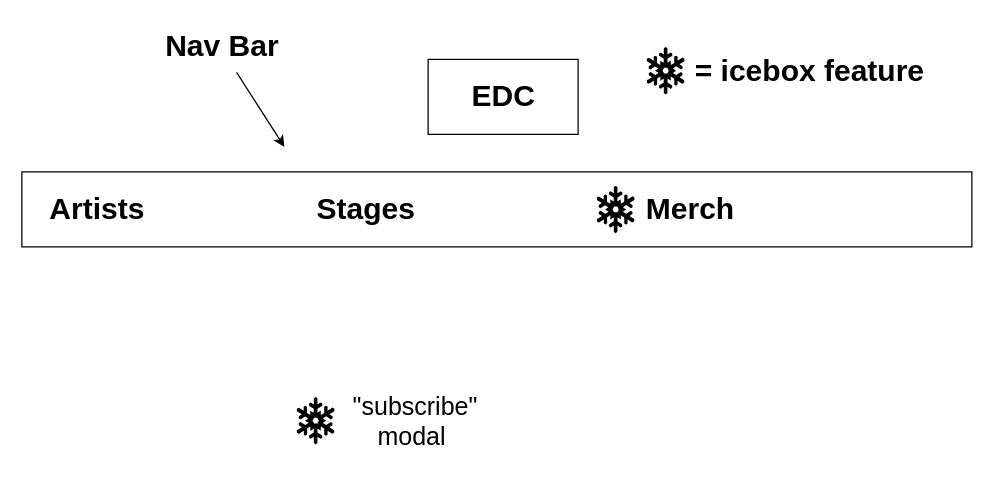
This is Project-Info/wireframes/landing.drawio from alexxgz/festivalApp, a draw.io file, before an edit. Source tidied: cells renumbered, new cells numbered last; positions are measured from the earlier drawing's top-left corner, leaving out a move shared by most shapes. Both pictures are drawn from the tidied source at 125%, with x=0, y=0 at pixel (21, 21).
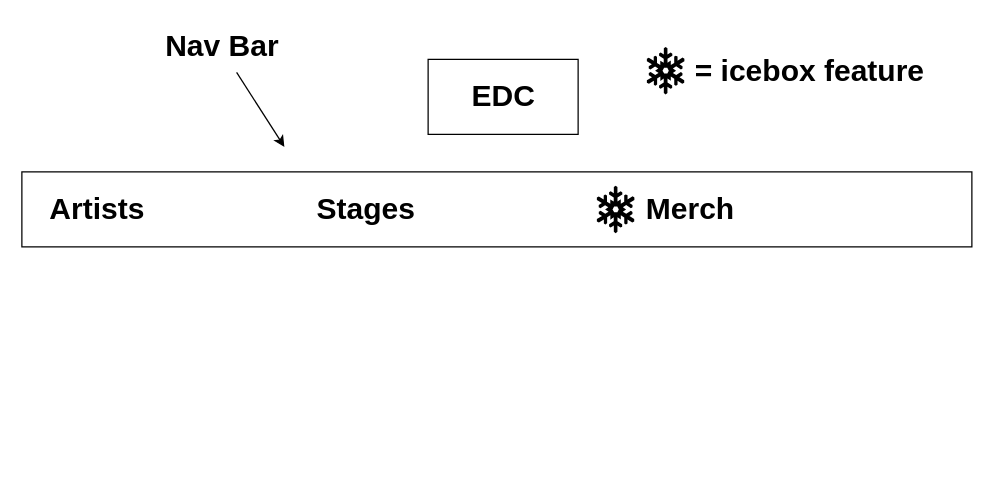
The same page after the edit.

What changed in the source:
```diff
@@
 <mxGraphModel>
   <root>
     <mxCell id="0" />
     <mxCell id="1" parent="0" />
     <mxCell id="2" style="rounded=0;whiteSpace=wrap;html=1;" parent="1" vertex="1">
       <mxGeometry x="325" y="30" width="120" height="60" as="geometry" />
     </mxCell>
     <mxCell id="3" value="EDC" style="text;strokeColor=none;fillColor=none;html=1;fontSize=24;fontStyle=1;verticalAlign=middle;align=center;" parent="1" vertex="1">
       <mxGeometry x="335" y="40" width="100" height="40" as="geometry" />
     </mxCell>
     <mxCell id="4" style="rounded=0;whiteSpace=wrap;html=1;" parent="1" vertex="1">
       <mxGeometry y="120" width="760" height="60" as="geometry" />
     </mxCell>
     <mxCell id="5" value="Nav Bar" style="text;strokeColor=none;fillColor=none;html=1;fontSize=24;fontStyle=1;verticalAlign=middle;align=center;" parent="1" vertex="1">
       <mxGeometry x="110" width="100" height="40" as="geometry" />
     </mxCell>
     <mxCell id="6" value="Artists" style="text;strokeColor=none;fillColor=none;html=1;fontSize=24;fontStyle=1;verticalAlign=middle;align=center;" parent="1" vertex="1">
       <mxGeometry x="10" y="130" width="100" height="40" as="geometry" />
     </mxCell>
     <mxCell id="7" value="Stages" style="text;strokeColor=none;fillColor=none;html=1;fontSize=24;fontStyle=1;verticalAlign=middle;align=center;" parent="1" vertex="1">
       <mxGeometry x="225" y="130" width="100" height="40" as="geometry" />
     </mxCell>
     <mxCell id="8" style="endArrow=classic;html=1;exitX=0.618;exitY=1.01;exitDx=0;exitDy=0;exitPerimeter=0;" parent="1" edge="1" source="5">
       <mxGeometry relative="1" as="geometry">
         <mxPoint x="210" y="100" as="targetPoint" />
       </mxGeometry>
     </mxCell>
     <mxCell id="9" value="&lt;font style=&quot;font-size: 24px&quot;&gt;&lt;b&gt;Merch&lt;/b&gt;&lt;/font&gt;" style="text;html=1;strokeColor=none;fillColor=none;align=center;verticalAlign=middle;whiteSpace=wrap;rounded=0;" parent="1" vertex="1">
       <mxGeometry x="480" y="135" width="110" height="30" as="geometry" />
     </mxCell>
     <mxCell id="10" style="shape=mxgraph.signs.nature.snowflake;html=1;fillColor=#000000;strokeColor=none;verticalLabelPosition=bottom;verticalAlign=top;align=center;" parent="1" vertex="1">
       <mxGeometry x="500" y="20" width="30" height="38" as="geometry" />
     </mxCell>
     <mxCell id="11" value="= icebox feature" style="text;strokeColor=none;fillColor=none;html=1;fontSize=24;fontStyle=1;verticalAlign=middle;align=center;" parent="1" vertex="1">
       <mxGeometry x="580" y="20" width="100" height="40" as="geometry" />
     </mxCell>
     <mxCell id="12" style="shape=mxgraph.signs.nature.snowflake;html=1;fillColor=#000000;strokeColor=none;verticalLabelPosition=bottom;verticalAlign=top;align=center;" parent="1" vertex="1">
       <mxGeometry x="460" y="131" width="30" height="38" as="geometry" />
     </mxCell>
-    <mxCell id="13" style="shape=mxgraph.signs.nature.snowflake;html=1;fillColor=#000000;strokeColor=none;verticalLabelPosition=bottom;verticalAlign=top;align=center;" parent="1" vertex="1">
-      <mxGeometry x="220" y="300" width="30" height="38" as="geometry" />
-    </mxCell>
-    <mxCell id="14" value="&lt;font style=&quot;font-size: 20px&quot;&gt;&quot;subscribe&quot; modal&amp;nbsp;&lt;/font&gt;" style="text;html=1;strokeColor=none;fillColor=none;align=center;verticalAlign=middle;whiteSpace=wrap;rounded=0;" parent="1" vertex="1">
-      <mxGeometry x="240" y="288.5" width="150" height="61" as="geometry" />
-    </mxCell>
   </root>
 </mxGraphModel>
```
